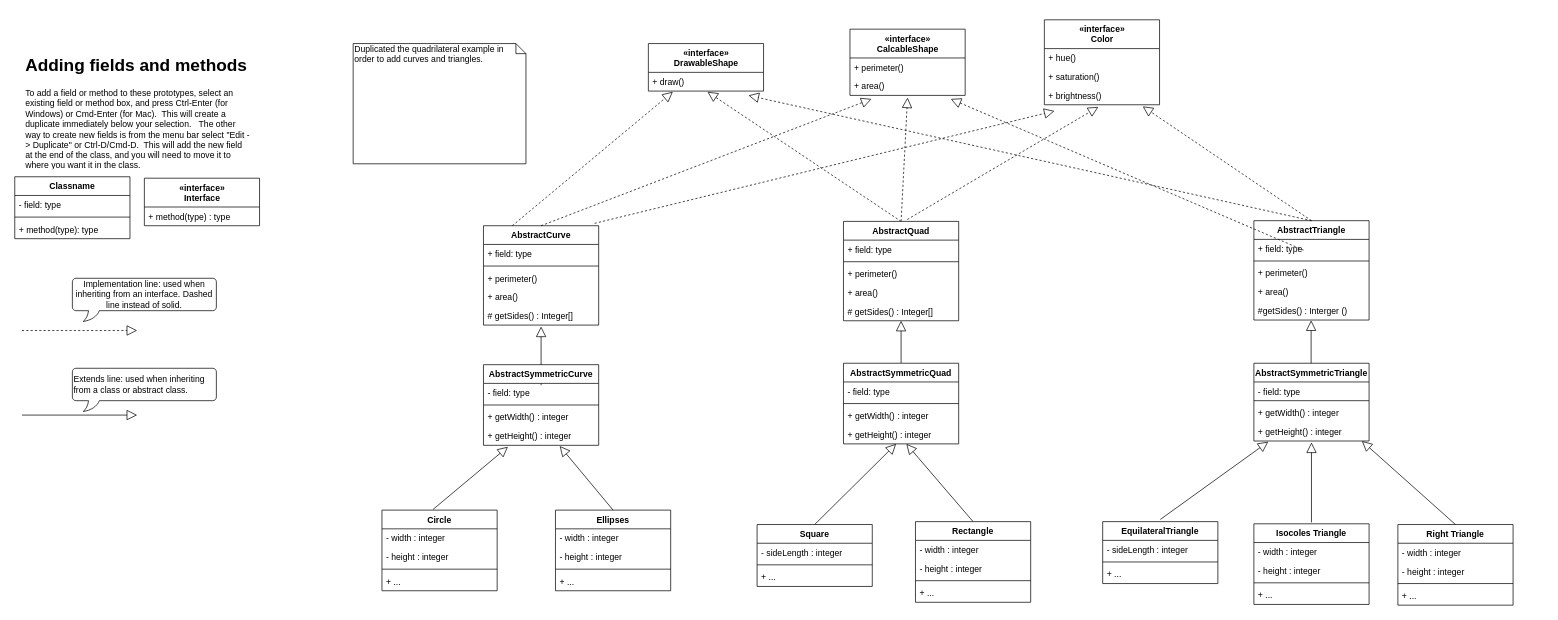
Before: UML_Class_Diagram.drawio in sunrise858/CISC210Draw, a draw.io diagram. Source tidied: cells renumbered, new cells numbered last; positions are measured from the earlier drawing's top-left corner, leaving out a move shared by most shapes. Both pictures are drawn from the tidied source at 72%, with x=0, y=0 at pixel (14, 19).
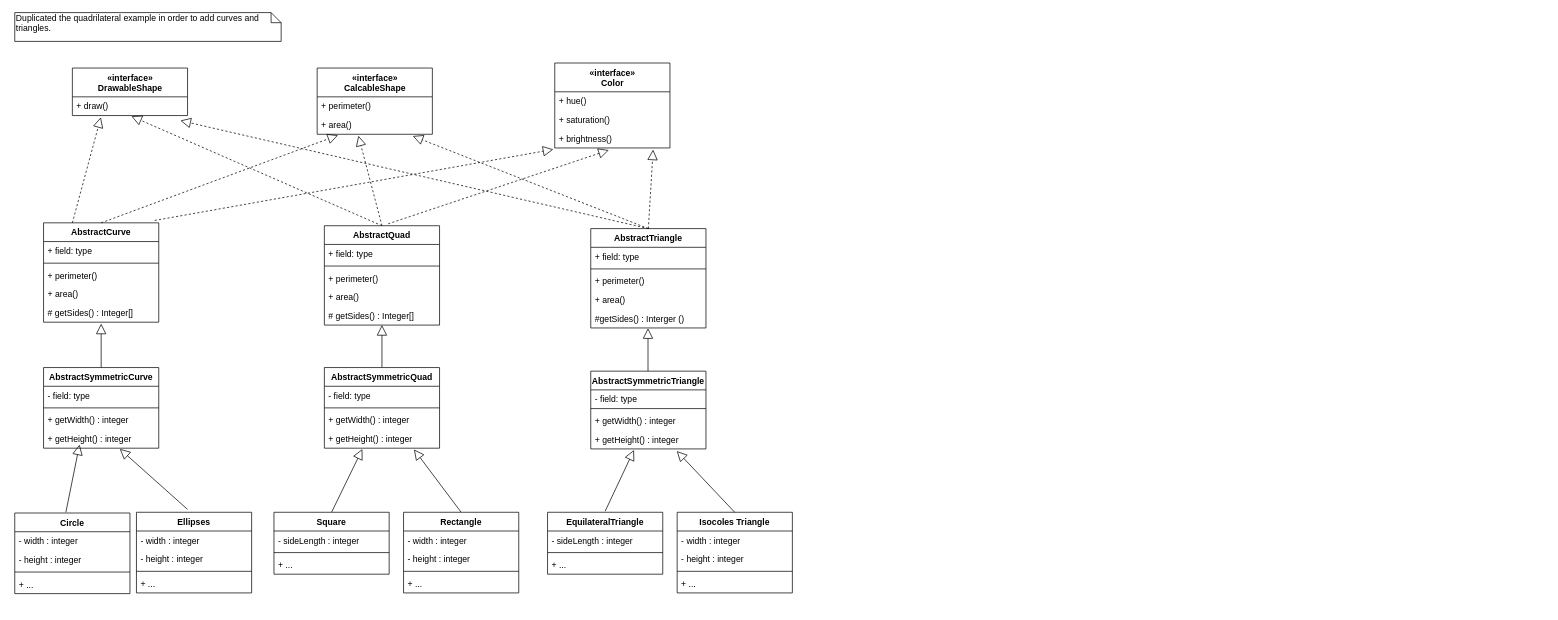
Above is the later version.

Unchanged cells that the change refers to:
```xml
<mxCell id="15" value="+ getHeight() : integer" style="text;strokeColor=none;fillColor=none;align=left;verticalAlign=top;spacingLeft=4;spacingRight=4;overflow=hidden;points=[[0,0.5],[1,0.5]];portConstraint=eastwest;" parent="11" vertex="1">
  <mxGeometry y="86" width="160" height="26" as="geometry" />
</mxCell>
<mxCell id="17" value="+ draw()" style="text;strokeColor=none;fillColor=none;align=left;verticalAlign=top;spacingLeft=4;spacingRight=4;overflow=hidden;points=[[0,0.5],[1,0.5]];portConstraint=eastwest;" parent="16" vertex="1">
  <mxGeometry y="40" width="160" height="26" as="geometry" />
</mxCell>
<mxCell id="20" value="+ area()" style="text;strokeColor=none;fillColor=none;align=left;verticalAlign=top;spacingLeft=4;spacingRight=4;overflow=hidden;points=[[0,0.5],[1,0.5]];portConstraint=eastwest;" parent="18" vertex="1">
  <mxGeometry y="66" width="160" height="26" as="geometry" />
</mxCell>
<mxCell id="46" value="+ brightness()" style="text;strokeColor=none;fillColor=none;align=left;verticalAlign=top;spacingLeft=4;spacingRight=4;overflow=hidden;points=[[0,0.5],[1,0.5]];portConstraint=eastwest;" parent="43" vertex="1">
  <mxGeometry y="92" width="160" height="26" as="geometry" />
</mxCell>
<mxCell id="58" value="+ getHeight() : integer" style="text;strokeColor=none;fillColor=none;align=left;verticalAlign=top;spacingLeft=4;spacingRight=4;overflow=hidden;points=[[0,0.5],[1,0.5]];portConstraint=eastwest;" parent="54" vertex="1">
  <mxGeometry y="82" width="160" height="26" as="geometry" />
</mxCell>
<mxCell id="92" value="+ getHeight() : integer" style="text;strokeColor=none;fillColor=none;align=left;verticalAlign=top;spacingLeft=4;spacingRight=4;overflow=hidden;points=[[0,0.5],[1,0.5]];portConstraint=eastwest;" parent="88" vertex="1">
  <mxGeometry y="86" width="160" height="26" as="geometry" />
</mxCell>
```

Change to the diagram source:
```diff
@@
-    <mxCell id="3" style="jettySize=auto;html=1;orthogonal=1;exitX=0.5;exitY=0;exitDx=0;exitDy=0;endArrow=block;endFill=0;endSize=12;rounded=1;dashed=1;entryX=0.5;entryY=1.115;entryDx=0;entryDy=0;entryPerimeter=0;" parent="1" edge="1" source="4" target="20">
+    <mxCell id="3" style="jettySize=auto;html=1;orthogonal=1;exitX=0.5;exitY=0;exitDx=0;exitDy=0;endArrow=block;endFill=0;endSize=12;rounded=1;dashed=1;entryX=0.358;entryY=1.075;entryDx=0;entryDy=0;entryPerimeter=0;" parent="1" edge="1" source="4" target="20">
       <mxGeometry relative="1" as="geometry" />
     </mxCell>
     <mxCell id="4" value="AbstractQuad" style="swimlane;fontStyle=1;align=center;verticalAlign=top;horizontal=1;startSize=26;" parent="1" vertex="1">
-      <mxGeometry x="1151" y="280" width="160" height="138" as="geometry" />
+      <mxGeometry x="430" y="286" width="160" height="138" as="geometry" />
     </mxCell>
@@
     <mxCell id="11" value="AbstractSymmetricQuad" style="swimlane;fontStyle=1;align=center;verticalAlign=top;horizontal=1;startSize=26;" parent="1" vertex="1">
-      <mxGeometry x="1151" y="477" width="160" height="112" as="geometry" />
+      <mxGeometry x="430" y="483" width="160" height="112" as="geometry" />
     </mxCell>
@@
     <mxCell id="16" value="«interface»&lt;br&gt;&lt;b&gt;DrawableShape&lt;/b&gt;" style="swimlane;fontStyle=1;align=center;verticalAlign=top;horizontal=1;startSize=40;html=1;swimlaneLine=1;" parent="1" vertex="1">
-      <mxGeometry x="880" y="33" width="160" height="66" as="geometry" />
+      <mxGeometry x="80" y="67" width="160" height="66" as="geometry" />
     </mxCell>
@@
     <mxCell id="18" value="«interface»&lt;br&gt;&lt;b&gt;CalcableShape&lt;/b&gt;" style="swimlane;fontStyle=1;align=center;verticalAlign=top;horizontal=1;startSize=40;html=1;swimlaneLine=1;" parent="1" vertex="1">
-      <mxGeometry x="1160" y="13" width="160" height="92" as="geometry" />
+      <mxGeometry x="420" y="67" width="160" height="92" as="geometry" />
     </mxCell>
@@
-    <mxCell id="21" style="rounded=1;jettySize=auto;html=1;entryX=0.457;entryY=1;entryDx=0;entryDy=0;entryPerimeter=0;orthogonal=1;exitX=0.5;exitY=0;exitDx=0;exitDy=0;endArrow=block;endFill=0;endSize=12;" parent="1" edge="1" source="22" target="15">
+    <mxCell id="21" style="rounded=1;jettySize=auto;html=1;entryX=0.33;entryY=1.045;entryDx=0;entryDy=0;entryPerimeter=0;orthogonal=1;exitX=0.5;exitY=0;exitDx=0;exitDy=0;endArrow=block;endFill=0;endSize=12;" parent="1" edge="1" source="22" target="15">
       <mxGeometry relative="1" as="geometry" />
     </mxCell>
     <mxCell id="22" value="Square" style="swimlane;fontStyle=1;align=center;verticalAlign=top;horizontal=1;startSize=26;" parent="1" vertex="1">
-      <mxGeometry x="1031" y="701" width="160" height="86" as="geometry" />
+      <mxGeometry x="360" y="684" width="160" height="86" as="geometry" />
     </mxCell>
@@
-    <mxCell id="26" style="rounded=1;jettySize=auto;html=1;entryX=0.546;entryY=1;entryDx=0;entryDy=0;entryPerimeter=0;orthogonal=1;exitX=0.5;exitY=0;exitDx=0;exitDy=0;endArrow=block;endFill=0;endSize=12;" parent="1" edge="1" source="27" target="15">
+    <mxCell id="26" style="rounded=1;jettySize=auto;html=1;entryX=0.778;entryY=1.066;entryDx=0;entryDy=0;entryPerimeter=0;orthogonal=1;exitX=0.5;exitY=0;exitDx=0;exitDy=0;endArrow=block;endFill=0;endSize=12;" parent="1" edge="1" source="27" target="15">
       <mxGeometry relative="1" as="geometry" />
     </mxCell>
     <mxCell id="27" value="Rectangle" style="swimlane;fontStyle=1;align=center;verticalAlign=top;horizontal=1;startSize=26;" parent="1" vertex="1">
-      <mxGeometry x="1251" y="697" width="160" height="112" as="geometry" />
+      <mxGeometry x="540" y="684" width="160" height="112" as="geometry" />
     </mxCell>
@@
-    <mxCell id="32" value="«interface»&lt;br&gt;&lt;b&gt;Interface&lt;/b&gt;" style="swimlane;fontStyle=1;align=center;verticalAlign=top;horizontal=1;startSize=40;html=1;swimlaneLine=1;" parent="1" vertex="1">
-      <mxGeometry x="180" y="220" width="160" height="66" as="geometry" />
-    </mxCell>
-    <mxCell id="33" value="+ method(type) : type" style="text;strokeColor=none;fillColor=none;align=left;verticalAlign=top;spacingLeft=4;spacingRight=4;overflow=hidden;" parent="32" vertex="1">
-      <mxGeometry y="40" width="160" height="26" as="geometry" />
-    </mxCell>
-    <mxCell id="34" value="Classname" style="swimlane;fontStyle=1;align=center;verticalAlign=top;horizontal=1;startSize=26;" parent="1" vertex="1">
-      <mxGeometry y="218" width="160" height="86" as="geometry" />
-    </mxCell>
-    <mxCell id="35" value="- field: type" style="text;strokeColor=none;fillColor=none;align=left;verticalAlign=top;spacingLeft=4;spacingRight=4;overflow=hidden;" parent="34" vertex="1">
-      <mxGeometry y="26" width="160" height="26" as="geometry" />
-    </mxCell>
-    <mxCell id="36" style="line;strokeWidth=1;fillColor=none;align=left;verticalAlign=middle;spacingTop=-1;spacingLeft=3;spacingRight=3;labelPosition=right;" parent="34" vertex="1">
-      <mxGeometry y="52" width="160" height="8" as="geometry" />
-    </mxCell>
-    <mxCell id="37" value="+ method(type): type" style="text;strokeColor=none;fillColor=none;align=left;verticalAlign=top;spacingLeft=4;spacingRight=4;overflow=hidden;" parent="34" vertex="1">
-      <mxGeometry y="60" width="160" height="26" as="geometry" />
-    </mxCell>
-    <mxCell id="38" style="endArrow=block;dashed=1;endFill=0;endSize=12;html=1;" parent="1" edge="1">
-      <mxGeometry relative="1" as="geometry">
-        <mxPoint x="10" y="431.5" as="sourcePoint" />
-        <mxPoint x="170" y="431.5" as="targetPoint" />
-      </mxGeometry>
-    </mxCell>
-    <mxCell id="39" style="endArrow=block;endFill=0;endSize=12;html=1;rounded=1;" parent="1" edge="1">
-      <mxGeometry relative="1" as="geometry">
-        <mxPoint x="10" y="549" as="sourcePoint" />
-        <mxPoint x="170" y="549" as="targetPoint" />
-      </mxGeometry>
-    </mxCell>
-    <mxCell id="40" value="Implementation line: used when inheriting from an interface. Dashed line instead of solid." style="whiteSpace=wrap;html=1;shape=mxgraph.basic.roundRectCallout;dx=30;dy=15;size=5;boundedLbl=1;align=center;verticalAlign=middle;labelPosition=center;verticalLabelPosition=middle;" parent="1" vertex="1">
-      <mxGeometry x="80" y="359" width="200" height="60" as="geometry" />
-    </mxCell>
-    <mxCell id="41" value="Extends line: used when inheriting from a class or abstract class." style="whiteSpace=wrap;html=1;shape=mxgraph.basic.roundRectCallout;dx=30;dy=15;size=5;boundedLbl=1;align=left;verticalAlign=middle;labelPosition=center;verticalLabelPosition=middle;" parent="1" vertex="1">
-      <mxGeometry x="80" y="484" width="200" height="60" as="geometry" />
-    </mxCell>
-    <mxCell id="42" value="&lt;h1&gt;Adding fields and methods&lt;/h1&gt;&lt;p&gt;To add a field or method to these prototypes, select an existing field or method box, and press Ctrl-Enter (for Windows) or Cmd-Enter (for Mac).&amp;nbsp; This will create a duplicate immediately below your selection.&amp;nbsp; &amp;nbsp;The other way to create new fields is from the menu bar select &quot;Edit -&amp;gt; Duplicate&quot; or Ctrl-D/Cmd-D.&amp;nbsp; This will add the new field at the end of the class, and you will need to move it to where you want it in the class.&lt;/p&gt;" style="text;html=1;strokeColor=none;fillColor=none;spacing=5;spacingTop=-20;whiteSpace=wrap;overflow=hidden;rounded=0;" parent="1" vertex="1">
-      <mxGeometry x="10" y="44" width="320" height="164" as="geometry" />
-    </mxCell>
     <mxCell id="43" value="«interface»&lt;br&gt;&lt;b&gt;Color&lt;/b&gt;" style="swimlane;fontStyle=1;align=center;verticalAlign=top;horizontal=1;startSize=40;html=1;swimlaneLine=1;" parent="1" vertex="1">
-      <mxGeometry x="1430" width="160" height="118" as="geometry" />
+      <mxGeometry x="750" y="60" width="160" height="118" as="geometry" />
     </mxCell>
@@
     <mxCell id="48" value="AbstractTriangle" style="swimlane;fontStyle=1;align=center;verticalAlign=top;horizontal=1;startSize=26;" parent="1" vertex="1">
-      <mxGeometry x="1721" y="279" width="160" height="138" as="geometry" />
+      <mxGeometry x="800" y="290" width="160" height="138" as="geometry" />
     </mxCell>
@@
     <mxCell id="54" value="AbstractSymmetricTriangle" style="swimlane;fontStyle=1;align=center;verticalAlign=top;horizontal=1;startSize=26;" parent="1" vertex="1">
-      <mxGeometry x="1721" y="477" width="160" height="108" as="geometry" />
+      <mxGeometry x="800" y="488" width="160" height="108" as="geometry" />
     </mxCell>
@@
     <mxCell id="59" value="EquilateralTriangle" style="swimlane;fontStyle=1;align=center;verticalAlign=top;horizontal=1;startSize=26;" parent="1" vertex="1">
-      <mxGeometry x="1511" y="697" width="160" height="86" as="geometry" />
+      <mxGeometry x="740" y="684" width="160" height="86" as="geometry" />
     </mxCell>
@@
     <mxCell id="63" value="Isocoles Triangle" style="swimlane;fontStyle=1;align=center;verticalAlign=top;horizontal=1;startSize=26;" parent="1" vertex="1">
-      <mxGeometry x="1721" y="700" width="160" height="112" as="geometry" />
+      <mxGeometry x="920" y="684" width="160" height="112" as="geometry" />
     </mxCell>
@@
-    <mxCell id="68" style="text;html=1;align=left;verticalAlign=top;spacingTop=-4;" parent="1" vertex="1">
-      <mxGeometry x="2106" y="728" width="20" height="20" as="geometry" />
-    </mxCell>
-    <mxCell id="69" value="Right Triangle" style="swimlane;fontStyle=1;align=center;verticalAlign=top;horizontal=1;startSize=26;" parent="1" vertex="1">
-      <mxGeometry x="1921" y="701" width="160" height="112" as="geometry" />
-    </mxCell>
-    <mxCell id="70" value="- width : integer" style="text;strokeColor=none;fillColor=none;align=left;verticalAlign=top;spacingLeft=4;spacingRight=4;overflow=hidden;" parent="69" vertex="1">
-      <mxGeometry y="26" width="160" height="26" as="geometry" />
-    </mxCell>
-    <mxCell id="71" value="- height : integer" style="text;strokeColor=none;fillColor=none;align=left;verticalAlign=top;spacingLeft=4;spacingRight=4;overflow=hidden;" parent="69" vertex="1">
-      <mxGeometry y="52" width="160" height="26" as="geometry" />
-    </mxCell>
-    <mxCell id="72" style="line;strokeWidth=1;fillColor=none;align=left;verticalAlign=middle;spacingTop=-1;spacingLeft=3;spacingRight=3;labelPosition=right;" parent="69" vertex="1">
-      <mxGeometry y="78" width="160" height="8" as="geometry" />
-    </mxCell>
-    <mxCell id="73" value="+ ..." style="text;strokeColor=none;fillColor=none;align=left;verticalAlign=top;spacingLeft=4;spacingRight=4;overflow=hidden;" parent="69" vertex="1">
-      <mxGeometry y="86" width="160" height="26" as="geometry" />
-    </mxCell>
@@
-    <mxCell id="75" style="orthogonalLoop=1;jettySize=auto;html=1;orthogonal=1;endArrow=block;endFill=0;endSize=12;rounded=1;dashed=1;" parent="1" edge="1">
+    <mxCell id="75" style="jettySize=auto;html=1;orthogonal=1;endArrow=block;endFill=0;endSize=12;rounded=1;dashed=1;entryX=0.83;entryY=1.096;entryDx=0;entryDy=0;entryPerimeter=0;" parent="1" edge="1" target="20">
       <mxGeometry relative="1" as="geometry">
-        <mxPoint x="1790" y="320" as="sourcePoint" />
-        <mxPoint x="1300" y="110" as="targetPoint" />
+        <mxPoint x="880" y="290" as="sourcePoint" />
       </mxGeometry>
     </mxCell>
-    <mxCell id="76" style="jettySize=auto;html=1;orthogonal=1;exitX=0.5;exitY=0;exitDx=0;exitDy=0;endArrow=block;endFill=0;endSize=12;rounded=1;dashed=1;entryX=0.869;entryY=1.233;entryDx=0;entryDy=0;entryPerimeter=0;" parent="1" edge="1" source="48" target="17">
+    <mxCell id="76" style="jettySize=auto;html=1;orthogonal=1;exitX=0.5;exitY=0;exitDx=0;exitDy=0;endArrow=block;endFill=0;endSize=12;rounded=1;dashed=1;entryX=0.938;entryY=1.269;entryDx=0;entryDy=0;entryPerimeter=0;" parent="1" edge="1" source="48" target="17">
       <mxGeometry relative="1" as="geometry" />
     </mxCell>
     <mxCell id="77" style="rounded=1;orthogonalLoop=1;jettySize=auto;html=1;entryX=0.5;entryY=1;entryDx=0;entryDy=0;orthogonal=1;endArrow=block;endFill=0;endSize=12;" parent="1" edge="1">
       <mxGeometry relative="1" as="geometry">
-        <mxPoint x="1800.5" y="477" as="sourcePoint" />
-        <mxPoint x="1800.5" y="417.4" as="targetPoint" />
+        <mxPoint x="879.5" y="488" as="sourcePoint" />
+        <mxPoint x="879.5" y="428.4" as="targetPoint" />
       </mxGeometry>
     </mxCell>
-    <mxCell id="78" style="rounded=1;jettySize=auto;html=1;entryX=0.546;entryY=1;entryDx=0;entryDy=0;entryPerimeter=0;orthogonal=1;exitX=0.5;exitY=0;exitDx=0;exitDy=0;endArrow=block;endFill=0;endSize=12;" parent="1" edge="1" source="69">
-      <mxGeometry relative="1" as="geometry">
-        <mxPoint x="1871" y="585" as="targetPoint" />
-      </mxGeometry>
-    </mxCell>
-    <mxCell id="79" style="rounded=1;orthogonalLoop=1;jettySize=auto;html=1;entryX=0.5;entryY=1.167;entryDx=0;entryDy=0;entryPerimeter=0;orthogonal=1;exitX=0.5;exitY=0;exitDx=0;exitDy=0;endArrow=block;endFill=0;endSize=12;" parent="1" edge="1">
-      <mxGeometry relative="1" as="geometry">
-        <mxPoint x="1801" y="698" as="sourcePoint" />
-        <mxPoint x="1801" y="587" as="targetPoint" />
-      </mxGeometry>
+    <mxCell id="79" style="rounded=1;jettySize=auto;html=1;entryX=0.747;entryY=1.113;entryDx=0;entryDy=0;entryPerimeter=0;orthogonal=1;exitX=0.5;exitY=0;exitDx=0;exitDy=0;endArrow=block;endFill=0;endSize=12;" parent="1" edge="1" source="63" target="58">
+      <mxGeometry relative="1" as="geometry" />
     </mxCell>
-    <mxCell id="80" style="rounded=1;orthogonalLoop=1;jettySize=auto;html=1;orthogonal=1;exitX=0.5;exitY=0;exitDx=0;exitDy=0;endArrow=block;endFill=0;endSize=12;" parent="1" edge="1">
+    <mxCell id="80" style="rounded=1;orthogonalLoop=1;jettySize=auto;html=1;orthogonal=1;endArrow=block;endFill=0;endSize=12;" parent="1" edge="1">
       <mxGeometry relative="1" as="geometry">
-        <mxPoint x="1591" y="694" as="sourcePoint" />
-        <mxPoint x="1741" y="586" as="targetPoint" />
+        <mxPoint x="820" y="682.5" as="sourcePoint" />
+        <mxPoint x="860" y="597.5" as="targetPoint" />
       </mxGeometry>
     </mxCell>
     <mxCell id="81" value="AbstractCurve" style="swimlane;fontStyle=1;align=center;verticalAlign=top;horizontal=1;startSize=26;" parent="1" vertex="1">
-      <mxGeometry x="651" y="286" width="160" height="138" as="geometry" />
+      <mxGeometry x="40" y="282" width="160" height="138" as="geometry" />
     </mxCell>
@@
     <mxCell id="88" value="AbstractSymmetricCurve" style="swimlane;fontStyle=1;align=center;verticalAlign=top;horizontal=1;startSize=26;" parent="1" vertex="1">
-      <mxGeometry x="651" y="479" width="160" height="112" as="geometry" />
+      <mxGeometry x="40" y="483" width="160" height="112" as="geometry" />
     </mxCell>
@@
     <mxCell id="93" value="Circle" style="swimlane;fontStyle=1;align=center;verticalAlign=top;horizontal=1;startSize=26;" parent="1" vertex="1">
-      <mxGeometry x="510" y="681" width="160" height="112" as="geometry" />
+      <mxGeometry y="685" width="160" height="112" as="geometry" />
     </mxCell>
@@
     <mxCell id="98" value="Ellipses" style="swimlane;fontStyle=1;align=center;verticalAlign=top;horizontal=1;startSize=26;" parent="1" vertex="1">
-      <mxGeometry x="751" y="681" width="160" height="112" as="geometry" />
+      <mxGeometry x="169" y="684" width="160" height="112" as="geometry" />
     </mxCell>
@@
-    <mxCell id="103" style="rounded=1;orthogonalLoop=1;jettySize=auto;html=1;entryX=0.457;entryY=1;entryDx=0;entryDy=0;entryPerimeter=0;orthogonal=1;endArrow=block;endFill=0;endSize=12;" parent="1" edge="1">
+    <mxCell id="103" style="rounded=1;orthogonalLoop=1;jettySize=auto;html=1;orthogonal=1;endArrow=block;endFill=0;endSize=12;" parent="1" edge="1">
       <mxGeometry relative="1" as="geometry">
-        <mxPoint x="581" y="680" as="sourcePoint" />
-        <mxPoint x="685" y="593" as="targetPoint" />
+        <mxPoint x="71" y="684" as="sourcePoint" />
+        <mxPoint x="90" y="590" as="targetPoint" />
       </mxGeometry>
     </mxCell>
-    <mxCell id="104" style="rounded=1;jettySize=auto;html=1;entryX=0.662;entryY=1.038;entryDx=0;entryDy=0;entryPerimeter=0;orthogonal=1;exitX=0.5;exitY=0;exitDx=0;exitDy=0;endArrow=block;endFill=0;endSize=12;" parent="1" edge="1" target="92">
+    <mxCell id="104" style="rounded=1;jettySize=auto;html=1;entryX=0.662;entryY=1.038;entryDx=0;entryDy=0;entryPerimeter=0;orthogonal=1;endArrow=block;endFill=0;endSize=12;" parent="1" edge="1" target="92">
       <mxGeometry relative="1" as="geometry">
-        <mxPoint x="831" y="681" as="sourcePoint" />
+        <mxPoint x="240" y="680" as="sourcePoint" />
       </mxGeometry>
     </mxCell>
-    <mxCell id="105" style="rounded=1;jettySize=auto;html=1;entryX=0.217;entryY=1.244;entryDx=0;entryDy=0;entryPerimeter=0;orthogonal=1;endArrow=block;endFill=0;endSize=12;dashed=1;exitX=0.25;exitY=0;exitDx=0;exitDy=0;" parent="1" edge="1" source="81">
-      <mxGeometry relative="1" as="geometry">
-        <mxPoint x="914" y="100" as="targetPoint" />
-      </mxGeometry>
+    <mxCell id="105" style="rounded=1;jettySize=auto;html=1;entryX=0.247;entryY=1.092;entryDx=0;entryDy=0;entryPerimeter=0;orthogonal=1;endArrow=block;endFill=0;endSize=12;dashed=1;exitX=0.25;exitY=0;exitDx=0;exitDy=0;" parent="1" edge="1" source="81" target="17">
+      <mxGeometry relative="1" as="geometry" />
     </mxCell>
-    <mxCell id="106" style="rounded=1;jettySize=auto;html=1;orthogonal=1;endArrow=block;endFill=0;endSize=12;dashed=1;exitX=0.5;exitY=0;exitDx=0;exitDy=0;" parent="1" edge="1" source="81">
-      <mxGeometry relative="1" as="geometry">
-        <mxPoint x="1190" y="110" as="targetPoint" />
-      </mxGeometry>
+    <mxCell id="106" style="rounded=1;jettySize=auto;html=1;orthogonal=1;endArrow=block;endFill=0;endSize=12;dashed=1;exitX=0.5;exitY=0;exitDx=0;exitDy=0;entryX=0.181;entryY=1.053;entryDx=0;entryDy=0;entryPerimeter=0;" parent="1" edge="1" source="81" target="20">
+      <mxGeometry relative="1" as="geometry" />
     </mxCell>
-    <mxCell id="107" style="rounded=1;jettySize=auto;html=1;entryX=0.088;entryY=1.333;entryDx=0;entryDy=0;entryPerimeter=0;orthogonal=1;endArrow=block;endFill=0;endSize=12;dashed=1;exitX=0.965;exitY=-0.024;exitDx=0;exitDy=0;exitPerimeter=0;" parent="1" edge="1" source="81" target="46">
-      <mxGeometry relative="1" as="geometry" />
+    <mxCell id="107" style="rounded=1;jettySize=auto;html=1;orthogonal=1;endArrow=block;endFill=0;endSize=12;dashed=1;exitX=0.965;exitY=-0.024;exitDx=0;exitDy=0;exitPerimeter=0;" parent="1" edge="1" source="81">
+      <mxGeometry relative="1" as="geometry">
+        <mxPoint x="748" y="180" as="targetPoint" />
+      </mxGeometry>
     </mxCell>
     <mxCell id="108" value="Duplicated the quadrilateral example in order to add curves and triangles." style="shape=note;whiteSpace=wrap;html=1;size=14;verticalAlign=top;align=left;spacingTop=-6;" parent="1" vertex="1">
-      <mxGeometry x="470" y="33" width="240" height="167" as="geometry" />
+      <mxGeometry y="-10" width="370" height="40" as="geometry" />
     </mxCell>
```
